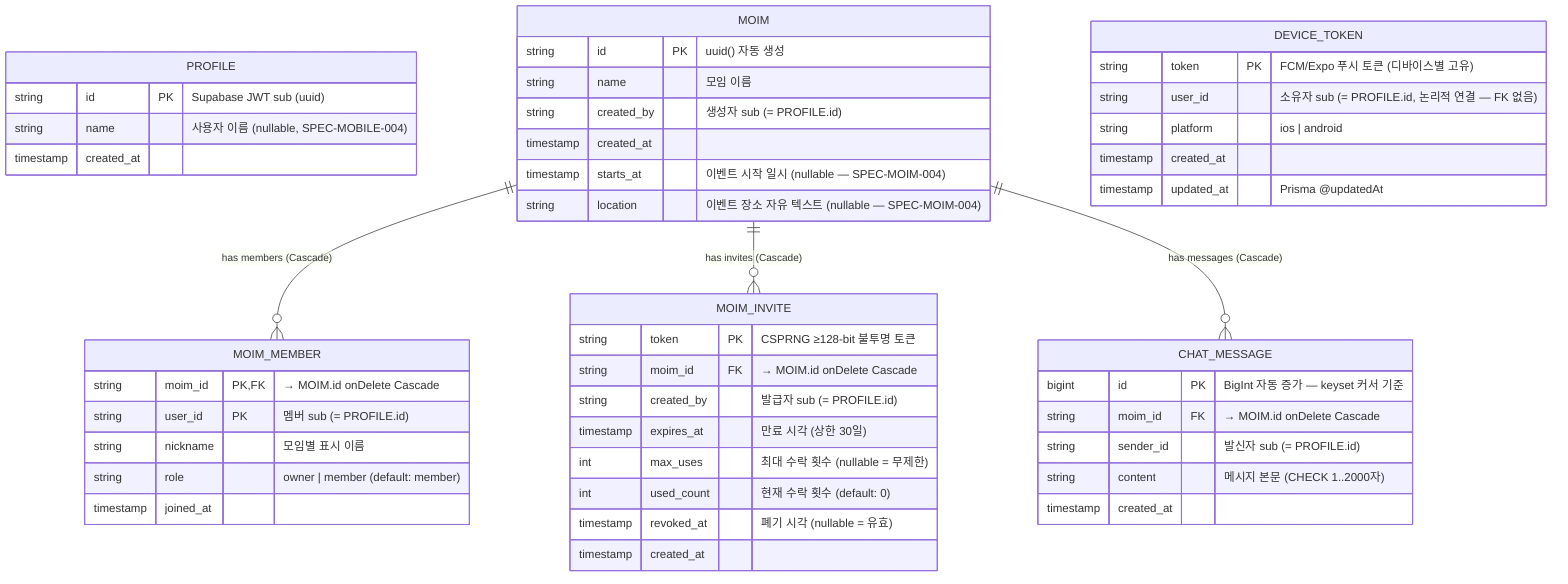
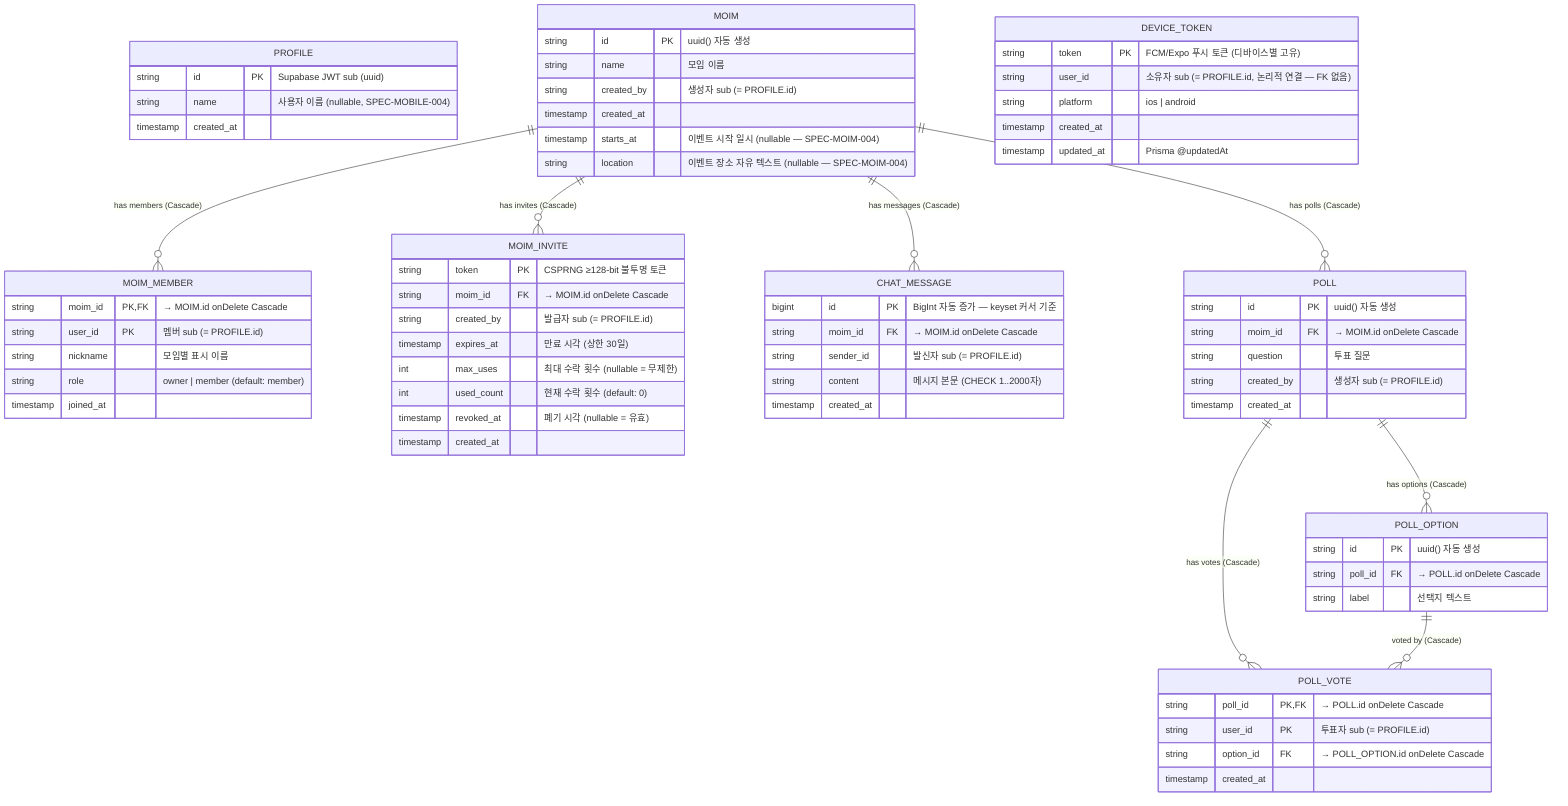
%% Mermaid ER diagram — 수동 갱신 (db.yaml auto-sync 비활성)
%% 기준: apps/backend/prisma/schema.prisma + 마이그레이션 파일
- %% 최종 갱신: 2026-06-19 (SPEC-MOIM-004 sync — Moim.startsAt/location nullable 추가)
+ %% 최종 갱신: 2026-06-19 (SPEC-MOIM-005 sync — Poll/PollOption/PollVote 3 테이블 추가)
erDiagram
    PROFILE {
        string id PK "Supabase JWT sub (uuid)"
        string name "사용자 이름 (nullable, SPEC-MOBILE-004)"
        timestamp created_at
    }

    MOIM {
        string id PK "uuid() 자동 생성"
        string name "모임 이름"
        string created_by "생성자 sub (= PROFILE.id)"
        timestamp created_at
        timestamp starts_at "이벤트 시작 일시 (nullable — SPEC-MOIM-004)"
        string location "이벤트 장소 자유 텍스트 (nullable — SPEC-MOIM-004)"
    }

    MOIM_MEMBER {
        string moim_id PK,FK "→ MOIM.id onDelete Cascade"
        string user_id PK "멤버 sub (= PROFILE.id)"
        string nickname "모임별 표시 이름"
        string role "owner | member (default: member)"
        timestamp joined_at
    }

    MOIM_INVITE {
        string token PK "CSPRNG ≥128-bit 불투명 토큰"
        string moim_id FK "→ MOIM.id onDelete Cascade"
        string created_by "발급자 sub (= PROFILE.id)"
        timestamp expires_at "만료 시각 (상한 30일)"
        int max_uses "최대 수락 횟수 (nullable = 무제한)"
        int used_count "현재 수락 횟수 (default: 0)"
        timestamp revoked_at "폐기 시각 (nullable = 유효)"
        timestamp created_at
    }

    CHAT_MESSAGE {
        bigint id PK "BigInt 자동 증가 — keyset 커서 기준"
        string moim_id FK "→ MOIM.id onDelete Cascade"
        string sender_id "발신자 sub (= PROFILE.id)"
        string content "메시지 본문 (CHECK 1..2000자)"
        timestamp created_at
    }

    DEVICE_TOKEN {
        string token PK "FCM/Expo 푸시 토큰 (디바이스별 고유)"
        string user_id "소유자 sub (= PROFILE.id, 논리적 연결 — FK 없음)"
        string platform "ios | android"
        timestamp created_at
        timestamp updated_at "Prisma @updatedAt"
    }

+     POLL {
+         string id PK "uuid() 자동 생성"
+         string moim_id FK "→ MOIM.id onDelete Cascade"
+         string question "투표 질문"
+         string created_by "생성자 sub (= PROFILE.id)"
+         timestamp created_at
+     }
+ 
+     POLL_OPTION {
+         string id PK "uuid() 자동 생성"
+         string poll_id FK "→ POLL.id onDelete Cascade"
+         string label "선택지 텍스트"
+     }
+ 
+     POLL_VOTE {
+         string poll_id PK,FK "→ POLL.id onDelete Cascade"
+         string user_id PK "투표자 sub (= PROFILE.id)"
+         string option_id FK "→ POLL_OPTION.id onDelete Cascade"
+         timestamp created_at
+     }
+ 
    MOIM ||--o{ MOIM_MEMBER : "has members (Cascade)"
    MOIM ||--o{ MOIM_INVITE : "has invites (Cascade)"
    MOIM ||--o{ CHAT_MESSAGE : "has messages (Cascade)"
+     MOIM ||--o{ POLL : "has polls (Cascade)"
+     POLL ||--o{ POLL_OPTION : "has options (Cascade)"
+     POLL ||--o{ POLL_VOTE : "has votes (Cascade)"
+     POLL_OPTION ||--o{ POLL_VOTE : "voted by (Cascade)"
